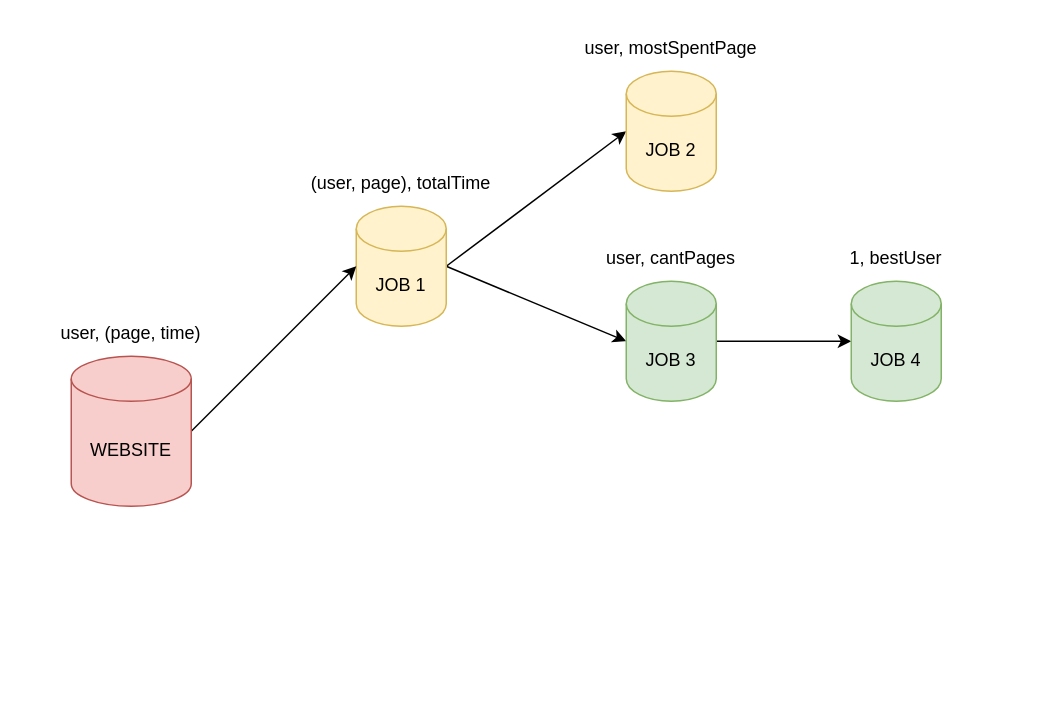
sergiocld99/unlp-tramo-final keeps this draw.io diagram as I162 - Big Data/TP2/ej5_DAG.drawio. Above is the earlier version. Source tidied: cells renumbered, new cells numbered last; positions are measured from the earlier drawing's top-left corner, leaving out a move shared by most shapes. Both pictures are drawn from the tidied source at 150%, with x=0, y=0 at pixel (26, 26).
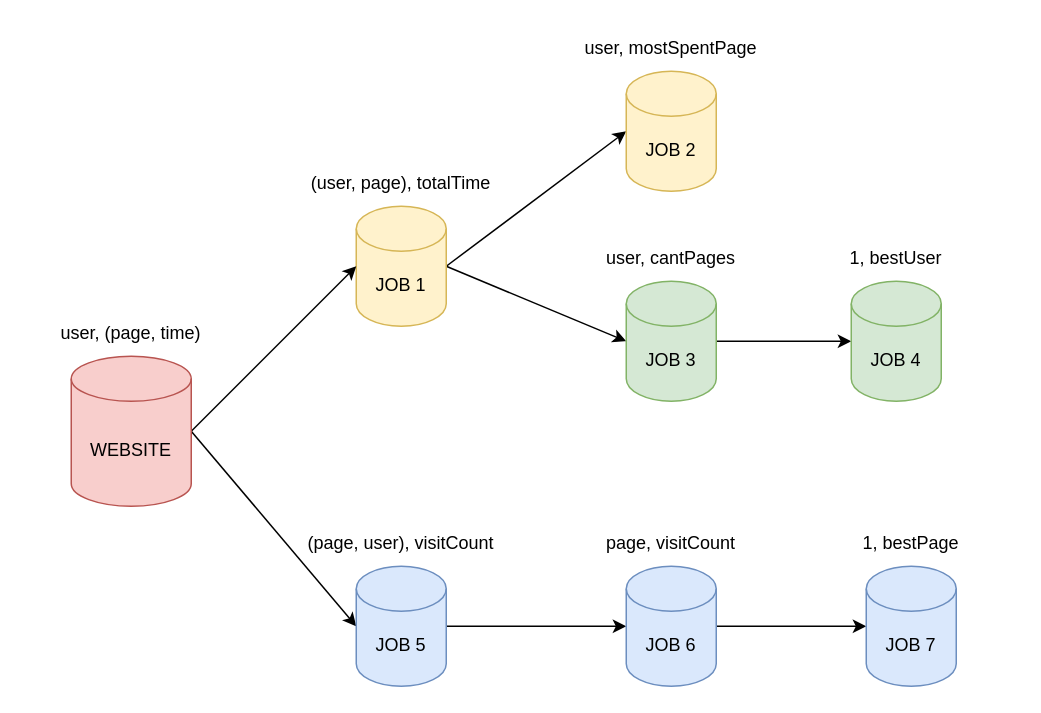
Above is the later version.

Unchanged cells that the change refers to:
```xml
<mxCell id="14" value="WEBSITE" style="shape=cylinder3;whiteSpace=wrap;html=1;boundedLbl=1;backgroundOutline=1;size=15;fillColor=#f8cecc;strokeColor=#b85450;" parent="1" vertex="1">
  <mxGeometry x="30" y="220" width="80" height="100" as="geometry" />
</mxCell>
```

Change to the diagram source:
```diff
@@
+    <mxCell id="16" style="edgeStyle=none;rounded=0;jettySize=auto;html=1;exitX=1;exitY=0.5;exitDx=0;exitDy=0;exitPerimeter=0;entryX=0;entryY=0.5;entryDx=0;entryDy=0;entryPerimeter=0;" parent="1" edge="1" source="14" target="18">
+      <mxGeometry relative="1" as="geometry" />
+    </mxCell>
@@
+    <mxCell id="17" style="edgeStyle=none;rounded=0;jettySize=auto;html=1;exitX=1;exitY=0.5;exitDx=0;exitDy=0;exitPerimeter=0;entryX=0;entryY=0.5;entryDx=0;entryDy=0;entryPerimeter=0;" parent="1" edge="1" source="18" target="21">
+      <mxGeometry relative="1" as="geometry" />
+    </mxCell>
+    <mxCell id="18" value="JOB 5" style="shape=cylinder3;whiteSpace=wrap;html=1;boundedLbl=1;backgroundOutline=1;size=15;fillColor=#dae8fc;strokeColor=#6c8ebf;" parent="1" vertex="1">
+      <mxGeometry x="220" y="360" width="60" height="80" as="geometry" />
+    </mxCell>
+    <mxCell id="19" value="(page, user), visitCount" style="text;html=1;strokeColor=none;fillColor=none;align=center;verticalAlign=middle;whiteSpace=wrap;rounded=0;" parent="1" vertex="1">
+      <mxGeometry x="180" y="330" width="140" height="30" as="geometry" />
+    </mxCell>
+    <mxCell id="20" style="edgeStyle=none;rounded=0;jettySize=auto;html=1;exitX=1;exitY=0.5;exitDx=0;exitDy=0;exitPerimeter=0;entryX=0;entryY=0.5;entryDx=0;entryDy=0;entryPerimeter=0;" parent="1" edge="1" source="21" target="23">
+      <mxGeometry relative="1" as="geometry" />
+    </mxCell>
+    <mxCell id="21" value="JOB 6" style="shape=cylinder3;whiteSpace=wrap;html=1;boundedLbl=1;backgroundOutline=1;size=15;fillColor=#dae8fc;strokeColor=#6c8ebf;" parent="1" vertex="1">
+      <mxGeometry x="400" y="360" width="60" height="80" as="geometry" />
+    </mxCell>
+    <mxCell id="22" value="page, visitCount" style="text;html=1;strokeColor=none;fillColor=none;align=center;verticalAlign=middle;whiteSpace=wrap;rounded=0;" parent="1" vertex="1">
+      <mxGeometry x="360" y="330" width="140" height="30" as="geometry" />
+    </mxCell>
+    <mxCell id="23" value="JOB 7" style="shape=cylinder3;whiteSpace=wrap;html=1;boundedLbl=1;backgroundOutline=1;size=15;fillColor=#dae8fc;strokeColor=#6c8ebf;" parent="1" vertex="1">
+      <mxGeometry x="560" y="360" width="60" height="80" as="geometry" />
+    </mxCell>
+    <mxCell id="24" value="1, bestPage" style="text;html=1;strokeColor=none;fillColor=none;align=center;verticalAlign=middle;whiteSpace=wrap;rounded=0;" parent="1" vertex="1">
+      <mxGeometry x="520" y="330" width="140" height="30" as="geometry" />
+    </mxCell>
```
